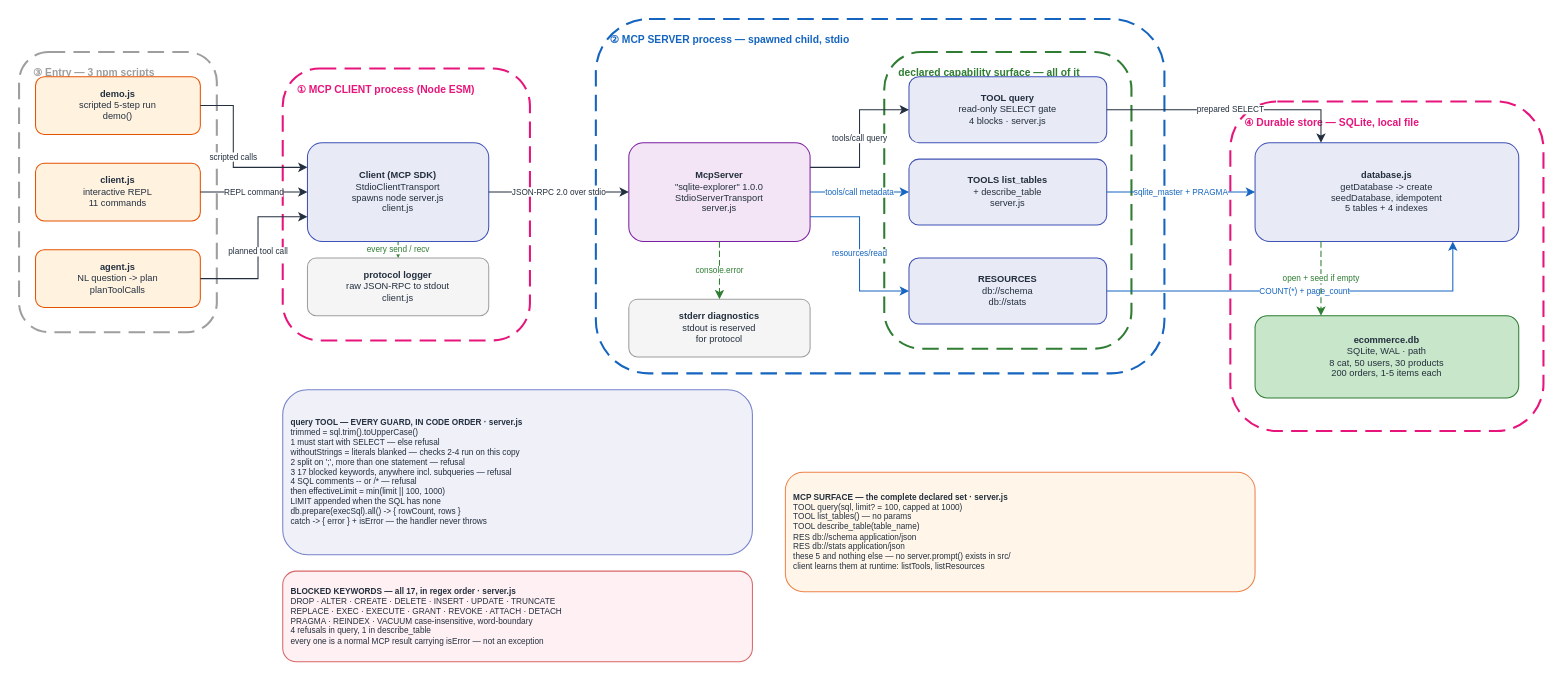
Before: docs/diagrams/mcp_server_v1/HOA_McpServer_v1.drawio in gmaheshraju/Hands-on-AgenticAI, a draw.io diagram. Source tidied: cells renumbered, new cells numbered last; positions are measured from the earlier drawing's top-left corner, leaving out a move shared by most shapes. Both pictures are drawn from the tidied source at 103%, with x=0, y=0 at pixel (19, 19).
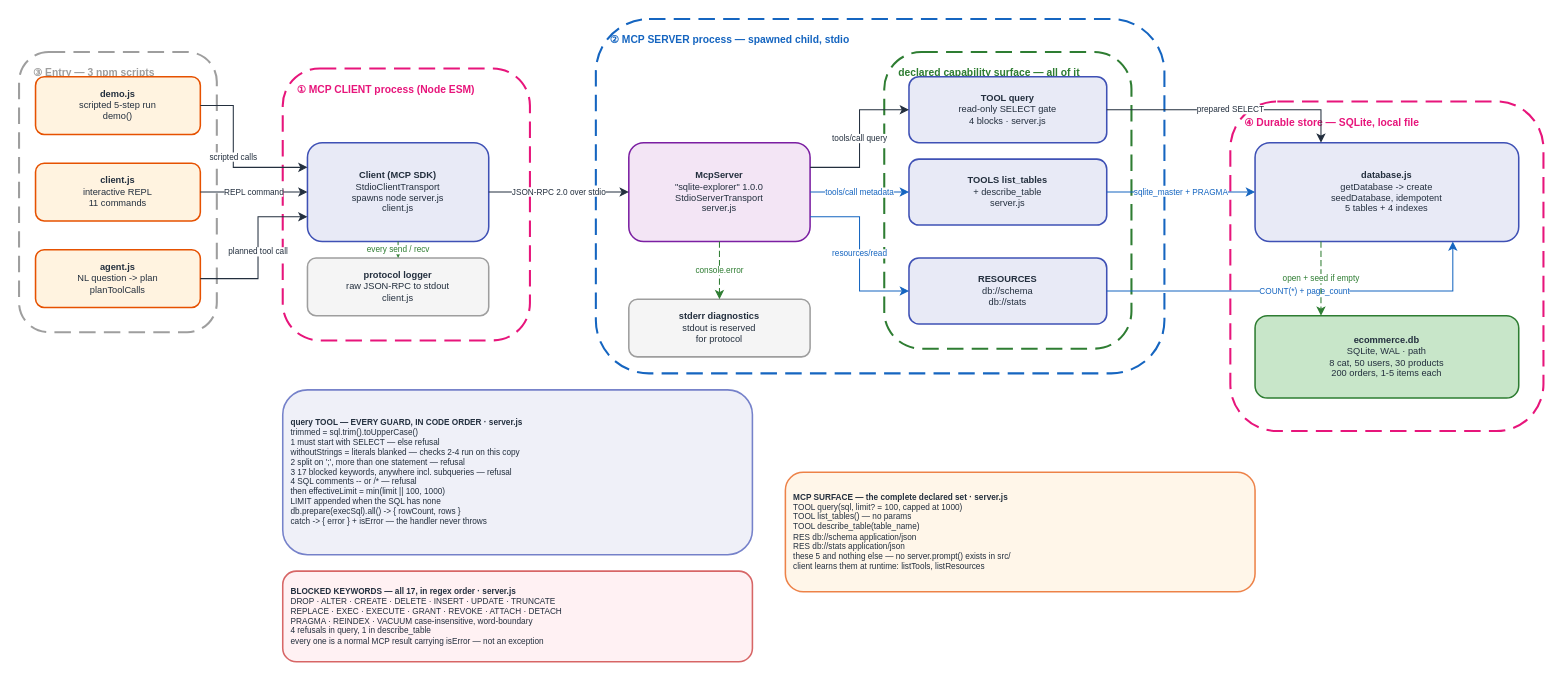
The same page after the edit.

Diff of the diagram source:
```diff
@@
-    <mxCell id="12" value="&lt;b&gt;demo.js&lt;/b&gt;&lt;br&gt;scripted 5-step run&lt;br&gt;demo()" style="rounded=1;fillColor=#FFF3E0;strokeColor=#E65100;fontSize=9;fontColor=#232F3E;html=1;whiteSpace=wrap;align=center;" parent="1" vertex="1">
+    <mxCell id="12" value="&lt;b&gt;demo.js&lt;/b&gt;&lt;br&gt;scripted 5-step run&lt;br&gt;demo()" style="rounded=1;fillColor=#FFF3E0;strokeColor=#E65100;strokeWidth=1.5;fontSize=9;fontColor=#232F3E;html=1;whiteSpace=wrap;align=center;" parent="1" vertex="1">
       <mxGeometry x="16" y="56" width="160" height="56" as="geometry" />
     </mxCell>
-    <mxCell id="13" value="&lt;b&gt;client.js&lt;/b&gt;&lt;br&gt;interactive REPL&lt;br&gt;11 commands" style="rounded=1;fillColor=#FFF3E0;strokeColor=#E65100;fontSize=9;fontColor=#232F3E;html=1;whiteSpace=wrap;align=center;" parent="1" vertex="1">
+    <mxCell id="13" value="&lt;b&gt;client.js&lt;/b&gt;&lt;br&gt;interactive REPL&lt;br&gt;11 commands" style="rounded=1;fillColor=#FFF3E0;strokeColor=#E65100;strokeWidth=1.5;fontSize=9;fontColor=#232F3E;html=1;whiteSpace=wrap;align=center;" parent="1" vertex="1">
       <mxGeometry x="16" y="140" width="160" height="56" as="geometry" />
     </mxCell>
-    <mxCell id="14" value="&lt;b&gt;agent.js&lt;/b&gt;&lt;br&gt;NL question -&amp;gt; plan&lt;br&gt;planToolCalls" style="rounded=1;fillColor=#FFF3E0;strokeColor=#E65100;fontSize=9;fontColor=#232F3E;html=1;whiteSpace=wrap;align=center;" parent="1" vertex="1">
+    <mxCell id="14" value="&lt;b&gt;agent.js&lt;/b&gt;&lt;br&gt;NL question -&amp;gt; plan&lt;br&gt;planToolCalls" style="rounded=1;fillColor=#FFF3E0;strokeColor=#E65100;strokeWidth=1.5;fontSize=9;fontColor=#232F3E;html=1;whiteSpace=wrap;align=center;" parent="1" vertex="1">
       <mxGeometry x="16" y="224" width="160" height="56" as="geometry" />
     </mxCell>
-    <mxCell id="15" value="&lt;b&gt;Client (MCP SDK)&lt;/b&gt;&lt;br&gt;StdioClientTransport&lt;br&gt;spawns node server.js&lt;br&gt;client.js" style="rounded=1;fillColor=#E8EAF6;strokeColor=#3F51B5;fontSize=9;fontColor=#232F3E;html=1;whiteSpace=wrap;align=center;" parent="1" vertex="1">
+    <mxCell id="15" value="&lt;b&gt;Client (MCP SDK)&lt;/b&gt;&lt;br&gt;StdioClientTransport&lt;br&gt;spawns node server.js&lt;br&gt;client.js" style="rounded=1;fillColor=#E8EAF6;strokeColor=#3F51B5;strokeWidth=1.5;fontSize=9;fontColor=#232F3E;html=1;whiteSpace=wrap;align=center;" parent="1" vertex="1">
       <mxGeometry x="280" y="120" width="176" height="96" as="geometry" />
     </mxCell>
-    <mxCell id="16" value="&lt;b&gt;protocol logger&lt;/b&gt;&lt;br&gt;raw JSON-RPC to stdout&lt;br&gt;client.js" style="rounded=1;fillColor=#F5F5F5;strokeColor=#9E9E9E;fontSize=9;fontColor=#232F3E;html=1;whiteSpace=wrap;align=center;" parent="1" vertex="1">
+    <mxCell id="16" value="&lt;b&gt;protocol logger&lt;/b&gt;&lt;br&gt;raw JSON-RPC to stdout&lt;br&gt;client.js" style="rounded=1;fillColor=#F5F5F5;strokeColor=#9E9E9E;strokeWidth=1.5;fontSize=9;fontColor=#232F3E;html=1;whiteSpace=wrap;align=center;" parent="1" vertex="1">
       <mxGeometry x="280" y="232" width="176" height="56" as="geometry" />
     </mxCell>
-    <mxCell id="17" value="&lt;b&gt;McpServer&lt;/b&gt;&lt;br&gt;&amp;quot;sqlite-explorer&amp;quot; 1.0.0&lt;br&gt;StdioServerTransport&lt;br&gt;server.js" style="rounded=1;fillColor=#F3E5F5;strokeColor=#7B1FA2;fontSize=9;fontColor=#232F3E;html=1;whiteSpace=wrap;align=center;" parent="1" vertex="1">
+    <mxCell id="17" value="&lt;b&gt;McpServer&lt;/b&gt;&lt;br&gt;&amp;quot;sqlite-explorer&amp;quot; 1.0.0&lt;br&gt;StdioServerTransport&lt;br&gt;server.js" style="rounded=1;fillColor=#F3E5F5;strokeColor=#7B1FA2;strokeWidth=1.5;fontSize=9;fontColor=#232F3E;html=1;whiteSpace=wrap;align=center;" parent="1" vertex="1">
       <mxGeometry x="592" y="120" width="176" height="96" as="geometry" />
     </mxCell>
-    <mxCell id="18" value="&lt;b&gt;TOOL query&lt;/b&gt;&lt;br&gt;read-only SELECT gate&lt;br&gt;4 blocks &amp;middot; server.js" style="rounded=1;fillColor=#E8EAF6;strokeColor=#3F51B5;fontSize=9;fontColor=#232F3E;html=1;whiteSpace=wrap;align=center;" parent="1" vertex="1">
+    <mxCell id="18" value="&lt;b&gt;TOOL query&lt;/b&gt;&lt;br&gt;read-only SELECT gate&lt;br&gt;4 blocks &amp;middot; server.js" style="rounded=1;fillColor=#E8EAF6;strokeColor=#3F51B5;strokeWidth=1.5;fontSize=9;fontColor=#232F3E;html=1;whiteSpace=wrap;align=center;" parent="1" vertex="1">
       <mxGeometry x="864" y="56" width="192" height="64" as="geometry" />
     </mxCell>
-    <mxCell id="19" value="&lt;b&gt;TOOLS list_tables&lt;/b&gt;&lt;br&gt;+ describe_table&lt;br&gt;server.js" style="rounded=1;fillColor=#E8EAF6;strokeColor=#3F51B5;fontSize=9;fontColor=#232F3E;html=1;whiteSpace=wrap;align=center;" parent="1" vertex="1">
+    <mxCell id="19" value="&lt;b&gt;TOOLS list_tables&lt;/b&gt;&lt;br&gt;+ describe_table&lt;br&gt;server.js" style="rounded=1;fillColor=#E8EAF6;strokeColor=#3F51B5;strokeWidth=1.5;fontSize=9;fontColor=#232F3E;html=1;whiteSpace=wrap;align=center;" parent="1" vertex="1">
       <mxGeometry x="864" y="136" width="192" height="64" as="geometry" />
     </mxCell>
-    <mxCell id="20" value="&lt;b&gt;RESOURCES&lt;/b&gt;&lt;br&gt;db://schema&lt;br&gt;db://stats" style="rounded=1;fillColor=#E8EAF6;strokeColor=#3F51B5;fontSize=9;fontColor=#232F3E;html=1;whiteSpace=wrap;align=center;" parent="1" vertex="1">
+    <mxCell id="20" value="&lt;b&gt;RESOURCES&lt;/b&gt;&lt;br&gt;db://schema&lt;br&gt;db://stats" style="rounded=1;fillColor=#E8EAF6;strokeColor=#3F51B5;strokeWidth=1.5;fontSize=9;fontColor=#232F3E;html=1;whiteSpace=wrap;align=center;" parent="1" vertex="1">
       <mxGeometry x="864" y="232" width="192" height="64" as="geometry" />
     </mxCell>
-    <mxCell id="21" value="&lt;b&gt;stderr diagnostics&lt;/b&gt;&lt;br&gt;stdout is reserved&lt;br&gt;for protocol" style="rounded=1;fillColor=#F5F5F5;strokeColor=#9E9E9E;fontSize=9;fontColor=#232F3E;html=1;whiteSpace=wrap;align=center;" parent="1" vertex="1">
+    <mxCell id="21" value="&lt;b&gt;stderr diagnostics&lt;/b&gt;&lt;br&gt;stdout is reserved&lt;br&gt;for protocol" style="rounded=1;fillColor=#F5F5F5;strokeColor=#9E9E9E;strokeWidth=1.5;fontSize=9;fontColor=#232F3E;html=1;whiteSpace=wrap;align=center;" parent="1" vertex="1">
       <mxGeometry x="592" y="272" width="176" height="56" as="geometry" />
     </mxCell>
-    <mxCell id="22" value="&lt;b&gt;database.js&lt;/b&gt;&lt;br&gt;getDatabase -&amp;gt; create&lt;br&gt;seedDatabase, idempotent&lt;br&gt;5 tables + 4 indexes" style="rounded=1;fillColor=#E8EAF6;strokeColor=#3F51B5;fontSize=9;fontColor=#232F3E;html=1;whiteSpace=wrap;align=center;" parent="1" vertex="1">
+    <mxCell id="22" value="&lt;b&gt;database.js&lt;/b&gt;&lt;br&gt;getDatabase -&amp;gt; create&lt;br&gt;seedDatabase, idempotent&lt;br&gt;5 tables + 4 indexes" style="rounded=1;fillColor=#E8EAF6;strokeColor=#3F51B5;strokeWidth=1.5;fontSize=9;fontColor=#232F3E;html=1;whiteSpace=wrap;align=center;" parent="1" vertex="1">
       <mxGeometry x="1200" y="120" width="256" height="96" as="geometry" />
     </mxCell>
-    <mxCell id="23" value="&lt;b&gt;ecommerce.db&lt;/b&gt;&lt;br&gt;SQLite, WAL &amp;middot; path&lt;br&gt;8 cat, 50 users, 30 products&lt;br&gt;200 orders, 1-5 items each" style="rounded=1;fillColor=#C8E6C9;strokeColor=#2E7D32;fontSize=9;fontColor=#232F3E;html=1;whiteSpace=wrap;align=center;" parent="1" vertex="1">
+    <mxCell id="23" value="&lt;b&gt;ecommerce.db&lt;/b&gt;&lt;br&gt;SQLite, WAL &amp;middot; path&lt;br&gt;8 cat, 50 users, 30 products&lt;br&gt;200 orders, 1-5 items each" style="rounded=1;fillColor=#C8E6C9;strokeColor=#2E7D32;strokeWidth=1.5;fontSize=9;fontColor=#232F3E;html=1;whiteSpace=wrap;align=center;" parent="1" vertex="1">
       <mxGeometry x="1200" y="288" width="256" height="80" as="geometry" />
     </mxCell>
-    <mxCell id="24" value="&lt;b&gt;query TOOL — EVERY GUARD, IN CODE ORDER &amp;middot; server.js&lt;/b&gt;&lt;br&gt;trimmed = sql.trim().toUpperCase()&lt;br&gt;1 must start with SELECT — else refusal&lt;br&gt;withoutStrings = literals blanked — checks 2-4 run on this copy&lt;br&gt;2 split on ';', more than one statement — refusal&lt;br&gt;3 17 blocked keywords, anywhere incl. subqueries — refusal&lt;br&gt;4 SQL comments -- or /* — refusal&lt;br&gt;then effectiveLimit = min(limit || 100, 1000)&lt;br&gt; LIMIT appended when the SQL has none&lt;br&gt; db.prepare(execSql).all() -&amp;gt; { rowCount, rows }&lt;br&gt;catch -&amp;gt; { error } + isError — the handler never throws" style="rounded=1;fillColor=#E8EAF6;strokeColor=#3F51B5;fontSize=8;fontColor=#232F3E;html=1;whiteSpace=wrap;align=left;spacingLeft=6;opacity=70;" parent="1" vertex="1">
+    <mxCell id="24" value="&lt;b&gt;query TOOL — EVERY GUARD, IN CODE ORDER &amp;middot; server.js&lt;/b&gt;&lt;br&gt;trimmed = sql.trim().toUpperCase()&lt;br&gt;1 must start with SELECT — else refusal&lt;br&gt;withoutStrings = literals blanked — checks 2-4 run on this copy&lt;br&gt;2 split on ';', more than one statement — refusal&lt;br&gt;3 17 blocked keywords, anywhere incl. subqueries — refusal&lt;br&gt;4 SQL comments -- or /* — refusal&lt;br&gt;then effectiveLimit = min(limit || 100, 1000)&lt;br&gt; LIMIT appended when the SQL has none&lt;br&gt; db.prepare(execSql).all() -&amp;gt; { rowCount, rows }&lt;br&gt;catch -&amp;gt; { error } + isError — the handler never throws" style="rounded=1;fillColor=#E8EAF6;strokeColor=#3F51B5;strokeWidth=1.5;fontSize=8;fontColor=#232F3E;html=1;whiteSpace=wrap;align=left;spacingLeft=6;opacity=70;" parent="1" vertex="1">
       <mxGeometry x="256" y="360" width="456" height="160" as="geometry" />
     </mxCell>
-    <mxCell id="25" value="&lt;b&gt;BLOCKED KEYWORDS — all 17, in regex order &amp;middot; server.js&lt;/b&gt;&lt;br&gt;DROP &amp;middot; ALTER &amp;middot; CREATE &amp;middot; DELETE &amp;middot; INSERT &amp;middot; UPDATE &amp;middot; TRUNCATE&lt;br&gt;REPLACE &amp;middot; EXEC &amp;middot; EXECUTE &amp;middot; GRANT &amp;middot; REVOKE &amp;middot; ATTACH &amp;middot; DETACH&lt;br&gt;PRAGMA &amp;middot; REINDEX &amp;middot; VACUUM case-insensitive, word-boundary&lt;br&gt;4 refusals in query, 1 in describe_table&lt;br&gt;every one is a normal MCP result carrying isError — not an exception" style="rounded=1;fillColor=#FFEBEE;strokeColor=#C62828;fontSize=8;fontColor=#232F3E;html=1;whiteSpace=wrap;align=left;spacingLeft=6;opacity=70;" parent="1" vertex="1">
+    <mxCell id="25" value="&lt;b&gt;BLOCKED KEYWORDS — all 17, in regex order &amp;middot; server.js&lt;/b&gt;&lt;br&gt;DROP &amp;middot; ALTER &amp;middot; CREATE &amp;middot; DELETE &amp;middot; INSERT &amp;middot; UPDATE &amp;middot; TRUNCATE&lt;br&gt;REPLACE &amp;middot; EXEC &amp;middot; EXECUTE &amp;middot; GRANT &amp;middot; REVOKE &amp;middot; ATTACH &amp;middot; DETACH&lt;br&gt;PRAGMA &amp;middot; REINDEX &amp;middot; VACUUM case-insensitive, word-boundary&lt;br&gt;4 refusals in query, 1 in describe_table&lt;br&gt;every one is a normal MCP result carrying isError — not an exception" style="rounded=1;fillColor=#FFEBEE;strokeColor=#C62828;strokeWidth=1.5;fontSize=8;fontColor=#232F3E;html=1;whiteSpace=wrap;align=left;spacingLeft=6;opacity=70;" parent="1" vertex="1">
       <mxGeometry x="256" y="536" width="456" height="88" as="geometry" />
     </mxCell>
-    <mxCell id="26" value="&lt;b&gt;MCP SURFACE — the complete declared set &amp;middot; server.js&lt;/b&gt;&lt;br&gt;TOOL query(sql, limit? = 100, capped at 1000)&lt;br&gt;TOOL list_tables() — no params&lt;br&gt;TOOL describe_table(table_name)&lt;br&gt;RES db://schema application/json&lt;br&gt;RES db://stats application/json&lt;br&gt;these 5 and nothing else — no server.prompt() exists in src/&lt;br&gt;client learns them at runtime: listTools, listResources" style="rounded=1;fillColor=#FFF3E0;strokeColor=#E65100;fontSize=8;fontColor=#232F3E;html=1;whiteSpace=wrap;align=left;spacingLeft=6;opacity=70;" parent="1" vertex="1">
+    <mxCell id="26" value="&lt;b&gt;MCP SURFACE — the complete declared set &amp;middot; server.js&lt;/b&gt;&lt;br&gt;TOOL query(sql, limit? = 100, capped at 1000)&lt;br&gt;TOOL list_tables() — no params&lt;br&gt;TOOL describe_table(table_name)&lt;br&gt;RES db://schema application/json&lt;br&gt;RES db://stats application/json&lt;br&gt;these 5 and nothing else — no server.prompt() exists in src/&lt;br&gt;client learns them at runtime: listTools, listResources" style="rounded=1;fillColor=#FFF3E0;strokeColor=#E65100;strokeWidth=1.5;fontSize=8;fontColor=#232F3E;html=1;whiteSpace=wrap;align=left;spacingLeft=6;opacity=70;" parent="1" vertex="1">
       <mxGeometry x="744" y="440" width="456" height="116" as="geometry" />
     </mxCell>
```
